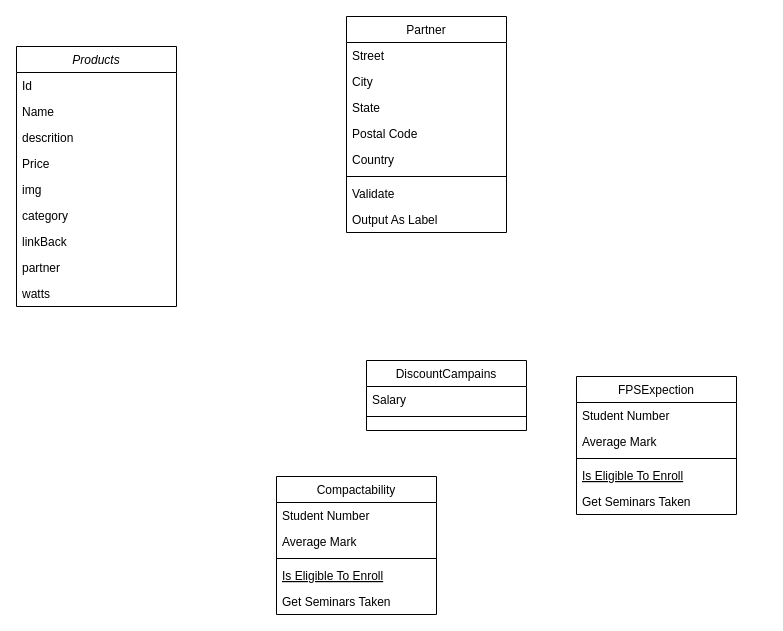
The draw.io diagram Untitled Diagram.drawio in bgabrielma/RigForge, before the edit. Source tidied: cells renumbered, new cells numbered last; positions are measured from the earlier drawing's top-left corner, leaving out a move shared by most shapes. Both pictures are drawn from the tidied source at 100%, with x=0, y=0 at pixel (16, 16).
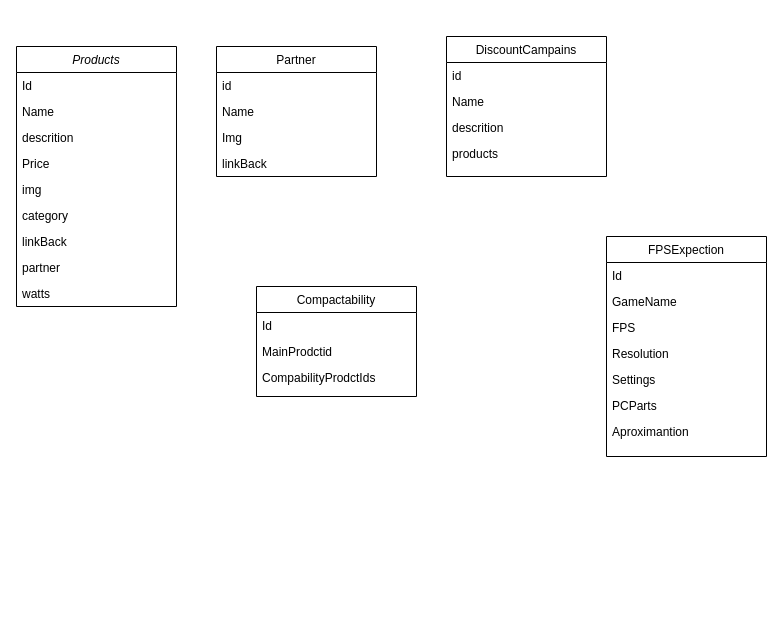
The same page after the edit.

Change to the diagram source:
```diff
@@
     <mxCell id="12" value="Compactability" style="swimlane;fontStyle=0;align=center;verticalAlign=top;horizontal=1;startSize=26;rounded=0;shadow=0;strokeWidth=1;" parent="1" vertex="1">
-      <mxGeometry x="260" y="460" width="160" height="138" as="geometry" />
+      <mxGeometry x="240" y="270" width="160" height="110" as="geometry" />
     </mxCell>
-    <mxCell id="13" value="Student Number" style="text;align=left;verticalAlign=top;spacingLeft=4;spacingRight=4;overflow=hidden;" parent="12" vertex="1">
+    <mxCell id="13" value="Id" style="text;align=left;verticalAlign=top;spacingLeft=4;spacingRight=4;overflow=hidden;" parent="12" vertex="1">
       <mxGeometry y="26" width="160" height="26" as="geometry" />
     </mxCell>
-    <mxCell id="14" value="Average Mark" style="text;align=left;verticalAlign=top;spacingLeft=4;spacingRight=4;overflow=hidden;rounded=0;shadow=0;html=0;" parent="12" vertex="1">
+    <mxCell id="14" value="MainProdctid" style="text;align=left;verticalAlign=top;spacingLeft=4;spacingRight=4;overflow=hidden;rounded=0;shadow=0;html=0;" parent="12" vertex="1">
       <mxGeometry y="52" width="160" height="26" as="geometry" />
     </mxCell>
-    <mxCell id="15" style="line;html=1;strokeWidth=1;align=left;verticalAlign=middle;spacingTop=-1;spacingLeft=3;spacingRight=3;labelPosition=right;" parent="12" vertex="1">
-      <mxGeometry y="78" width="160" height="8" as="geometry" />
-    </mxCell>
-    <mxCell id="16" value="Is Eligible To Enroll" style="text;align=left;verticalAlign=top;spacingLeft=4;spacingRight=4;overflow=hidden;fontStyle=4;" parent="12" vertex="1">
-      <mxGeometry y="86" width="160" height="26" as="geometry" />
-    </mxCell>
-    <mxCell id="17" value="Get Seminars Taken" style="text;align=left;verticalAlign=top;spacingLeft=4;spacingRight=4;overflow=hidden;" parent="12" vertex="1">
-      <mxGeometry y="112" width="160" height="26" as="geometry" />
-    </mxCell>
+    <mxCell id="36" value="CompabilityProdctIds" style="text;align=left;verticalAlign=top;spacingLeft=4;spacingRight=4;overflow=hidden;rounded=0;shadow=0;html=0;" parent="12" vertex="1">
+      <mxGeometry y="78" width="160" height="26" as="geometry" />
+    </mxCell>
     <mxCell id="18" value="DiscountCampains" style="swimlane;fontStyle=0;align=center;verticalAlign=top;horizontal=1;startSize=26;rounded=0;shadow=0;strokeWidth=1;" parent="1" vertex="1">
-      <mxGeometry x="350" y="344" width="160" height="70" as="geometry" />
+      <mxGeometry x="430" y="20" width="160" height="140" as="geometry" />
     </mxCell>
-    <mxCell id="19" value="Salary" style="text;align=left;verticalAlign=top;spacingLeft=4;spacingRight=4;overflow=hidden;" parent="18" vertex="1">
+    <mxCell id="19" value="id" style="text;align=left;verticalAlign=top;spacingLeft=4;spacingRight=4;overflow=hidden;" parent="18" vertex="1">
       <mxGeometry y="26" width="160" height="26" as="geometry" />
     </mxCell>
-    <mxCell id="20" style="line;html=1;strokeWidth=1;align=left;verticalAlign=middle;spacingTop=-1;spacingLeft=3;spacingRight=3;labelPosition=right;" parent="18" vertex="1">
-      <mxGeometry y="52" width="160" height="8" as="geometry" />
-    </mxCell>
+    <mxCell id="37" value="Name" style="text;align=left;verticalAlign=top;spacingLeft=4;spacingRight=4;overflow=hidden;" parent="18" vertex="1">
+      <mxGeometry y="52" width="160" height="26" as="geometry" />
+    </mxCell>
+    <mxCell id="38" value="descrition" style="text;align=left;verticalAlign=top;spacingLeft=4;spacingRight=4;overflow=hidden;" parent="18" vertex="1">
+      <mxGeometry y="78" width="160" height="26" as="geometry" />
+    </mxCell>
+    <mxCell id="39" value="products" style="text;align=left;verticalAlign=top;spacingLeft=4;spacingRight=4;overflow=hidden;" parent="18" vertex="1">
+      <mxGeometry y="104" width="160" height="26" as="geometry" />
+    </mxCell>
     <mxCell id="21" value="Partner" style="swimlane;fontStyle=0;align=center;verticalAlign=top;horizontal=1;startSize=26;rounded=0;shadow=0;strokeWidth=1;" parent="1" vertex="1">
-      <mxGeometry x="330" width="160" height="216" as="geometry" />
+      <mxGeometry x="200" y="30" width="160" height="130" as="geometry" />
     </mxCell>
-    <mxCell id="22" value="Street" style="text;align=left;verticalAlign=top;spacingLeft=4;spacingRight=4;overflow=hidden;" parent="21" vertex="1">
+    <mxCell id="22" value="id" style="text;align=left;verticalAlign=top;spacingLeft=4;spacingRight=4;overflow=hidden;" parent="21" vertex="1">
       <mxGeometry y="26" width="160" height="26" as="geometry" />
     </mxCell>
-    <mxCell id="23" value="City" style="text;align=left;verticalAlign=top;spacingLeft=4;spacingRight=4;overflow=hidden;rounded=0;shadow=0;html=0;" parent="21" vertex="1">
+    <mxCell id="23" value="Name" style="text;align=left;verticalAlign=top;spacingLeft=4;spacingRight=4;overflow=hidden;rounded=0;shadow=0;html=0;" parent="21" vertex="1">
       <mxGeometry y="52" width="160" height="26" as="geometry" />
     </mxCell>
-    <mxCell id="24" value="State" style="text;align=left;verticalAlign=top;spacingLeft=4;spacingRight=4;overflow=hidden;rounded=0;shadow=0;html=0;" parent="21" vertex="1">
+    <mxCell id="24" value="Img" style="text;align=left;verticalAlign=top;spacingLeft=4;spacingRight=4;overflow=hidden;rounded=0;shadow=0;html=0;" parent="21" vertex="1">
       <mxGeometry y="78" width="160" height="26" as="geometry" />
     </mxCell>
-    <mxCell id="25" value="Postal Code" style="text;align=left;verticalAlign=top;spacingLeft=4;spacingRight=4;overflow=hidden;rounded=0;shadow=0;html=0;" parent="21" vertex="1">
+    <mxCell id="25" value="linkBack" style="text;align=left;verticalAlign=top;spacingLeft=4;spacingRight=4;overflow=hidden;rounded=0;shadow=0;html=0;" parent="21" vertex="1">
       <mxGeometry y="104" width="160" height="26" as="geometry" />
     </mxCell>
-    <mxCell id="26" value="Country" style="text;align=left;verticalAlign=top;spacingLeft=4;spacingRight=4;overflow=hidden;rounded=0;shadow=0;html=0;" parent="21" vertex="1">
-      <mxGeometry y="130" width="160" height="26" as="geometry" />
-    </mxCell>
-    <mxCell id="27" style="line;html=1;strokeWidth=1;align=left;verticalAlign=middle;spacingTop=-1;spacingLeft=3;spacingRight=3;labelPosition=right;" parent="21" vertex="1">
-      <mxGeometry y="156" width="160" height="8" as="geometry" />
-    </mxCell>
-    <mxCell id="28" value="Validate" style="text;align=left;verticalAlign=top;spacingLeft=4;spacingRight=4;overflow=hidden;" parent="21" vertex="1">
-      <mxGeometry y="164" width="160" height="26" as="geometry" />
-    </mxCell>
-    <mxCell id="29" value="Output As Label" style="text;align=left;verticalAlign=top;spacingLeft=4;spacingRight=4;overflow=hidden;" parent="21" vertex="1">
-      <mxGeometry y="190" width="160" height="26" as="geometry" />
-    </mxCell>
     <mxCell id="30" value="FPSExpection" style="swimlane;fontStyle=0;align=center;verticalAlign=top;horizontal=1;startSize=26;rounded=0;shadow=0;strokeWidth=1;" parent="1" vertex="1">
-      <mxGeometry x="560" y="360" width="160" height="138" as="geometry" />
+      <mxGeometry x="590" y="220" width="160" height="220" as="geometry" />
     </mxCell>
-    <mxCell id="31" value="Student Number" style="text;align=left;verticalAlign=top;spacingLeft=4;spacingRight=4;overflow=hidden;" parent="30" vertex="1">
+    <mxCell id="31" value="Id" style="text;align=left;verticalAlign=top;spacingLeft=4;spacingRight=4;overflow=hidden;" parent="30" vertex="1">
       <mxGeometry y="26" width="160" height="26" as="geometry" />
     </mxCell>
-    <mxCell id="32" value="Average Mark" style="text;align=left;verticalAlign=top;spacingLeft=4;spacingRight=4;overflow=hidden;rounded=0;shadow=0;html=0;" parent="30" vertex="1">
+    <mxCell id="32" value="GameName" style="text;align=left;verticalAlign=top;spacingLeft=4;spacingRight=4;overflow=hidden;rounded=0;shadow=0;html=0;" parent="30" vertex="1">
       <mxGeometry y="52" width="160" height="26" as="geometry" />
     </mxCell>
-    <mxCell id="33" style="line;html=1;strokeWidth=1;align=left;verticalAlign=middle;spacingTop=-1;spacingLeft=3;spacingRight=3;labelPosition=right;" parent="30" vertex="1">
-      <mxGeometry y="78" width="160" height="8" as="geometry" />
-    </mxCell>
-    <mxCell id="34" value="Is Eligible To Enroll" style="text;align=left;verticalAlign=top;spacingLeft=4;spacingRight=4;overflow=hidden;fontStyle=4;" parent="30" vertex="1">
-      <mxGeometry y="86" width="160" height="26" as="geometry" />
-    </mxCell>
-    <mxCell id="35" value="Get Seminars Taken" style="text;align=left;verticalAlign=top;spacingLeft=4;spacingRight=4;overflow=hidden;" parent="30" vertex="1">
-      <mxGeometry y="112" width="160" height="26" as="geometry" />
-    </mxCell>
+    <mxCell id="40" value="FPS" style="text;align=left;verticalAlign=top;spacingLeft=4;spacingRight=4;overflow=hidden;rounded=0;shadow=0;html=0;" parent="30" vertex="1">
+      <mxGeometry y="78" width="160" height="26" as="geometry" />
+    </mxCell>
+    <mxCell id="41" value="Resolution" style="text;align=left;verticalAlign=top;spacingLeft=4;spacingRight=4;overflow=hidden;rounded=0;shadow=0;html=0;" parent="30" vertex="1">
+      <mxGeometry y="104" width="160" height="26" as="geometry" />
+    </mxCell>
+    <mxCell id="42" value="Settings" style="text;align=left;verticalAlign=top;spacingLeft=4;spacingRight=4;overflow=hidden;rounded=0;shadow=0;html=0;" parent="30" vertex="1">
+      <mxGeometry y="130" width="160" height="26" as="geometry" />
+    </mxCell>
+    <mxCell id="43" value="PCParts" style="text;align=left;verticalAlign=top;spacingLeft=4;spacingRight=4;overflow=hidden;rounded=0;shadow=0;html=0;" parent="30" vertex="1">
+      <mxGeometry y="156" width="160" height="26" as="geometry" />
+    </mxCell>
+    <mxCell id="44" value="Aproximantion" style="text;align=left;verticalAlign=top;spacingLeft=4;spacingRight=4;overflow=hidden;rounded=0;shadow=0;html=0;" parent="30" vertex="1">
+      <mxGeometry y="182" width="160" height="26" as="geometry" />
+    </mxCell>
```
